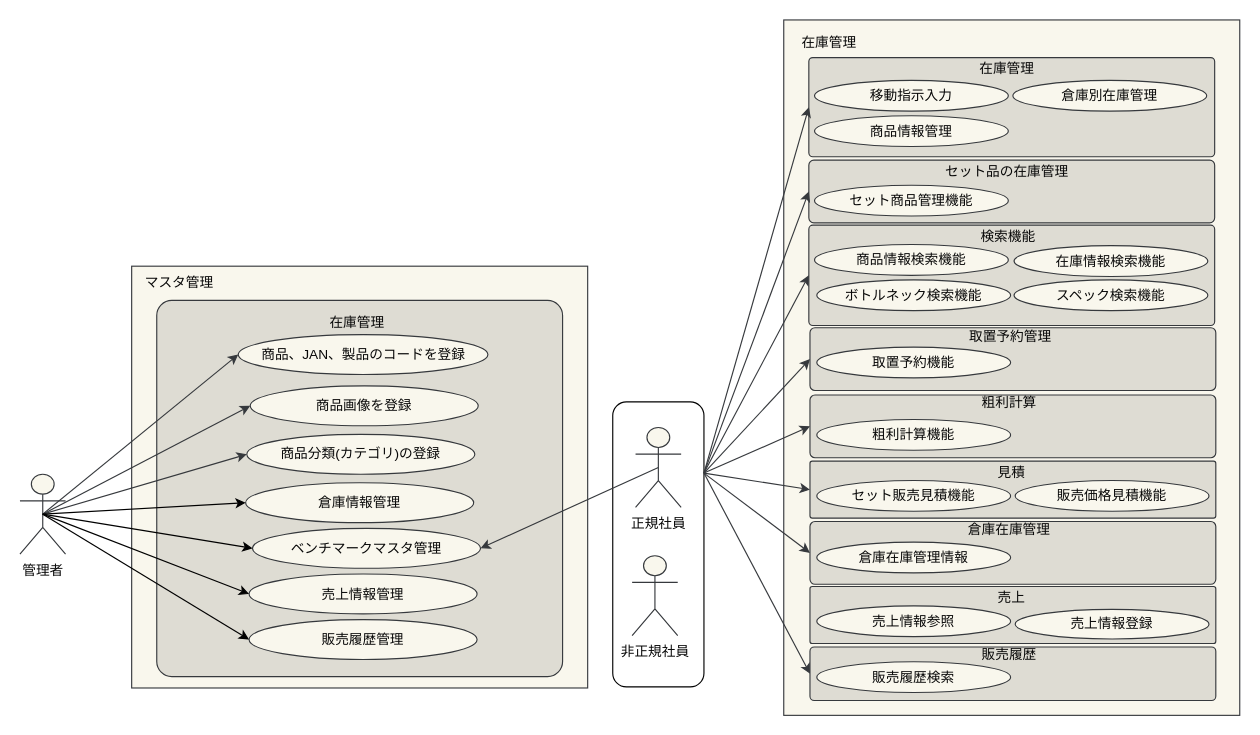
The draw.io diagram page "在庫管理_ユースケース図" (2 of 3) of 各種設計書/2ユースケース図_済/ユースケース図.drawio in HaruShim/Sotuken, before the edit. Source tidied: cells renumbered, new cells numbered last; positions are measured from the earlier drawing's top-left corner, leaving out a move shared by most shapes. Both pictures are drawn from the tidied source at 114%, with x=0, y=0 at pixel (19, 19).
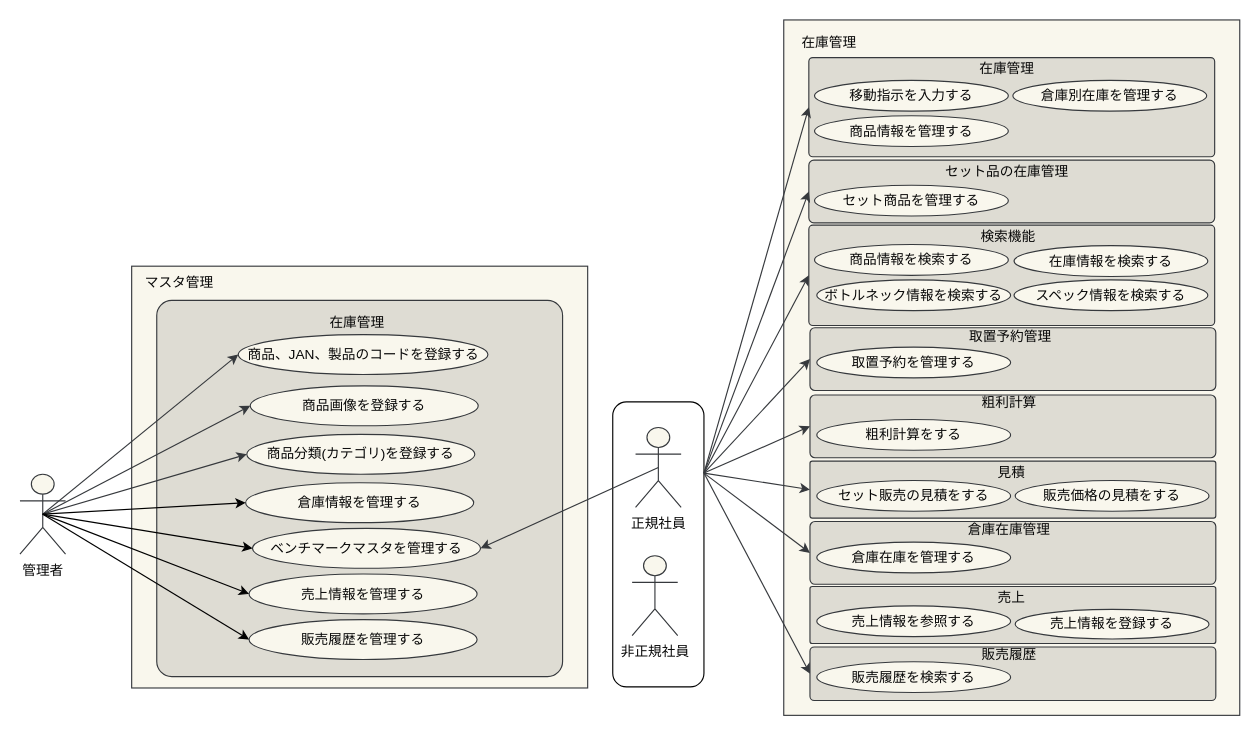
Above is the later version.

Change to the diagram source:
```diff
@@
-    <mxCell id="17" value="移動指示入力" style="ellipse;whiteSpace=wrap;html=1;strokeColor=#36393d;fillColor=#f9f7ed;fontColor=#080808;" parent="13" vertex="1">
+    <mxCell id="17" value="移動指示を入力する" style="ellipse;whiteSpace=wrap;html=1;strokeColor=#36393d;fillColor=#f9f7ed;fontColor=#080808;" parent="13" vertex="1">
       <mxGeometry x="697" y="53" width="170" height="27" as="geometry" />
     </mxCell>
@@
-    <mxCell id="22" value="商品、JAN、製品のコードを登録" style="ellipse;whiteSpace=wrap;html=1;strokeColor=#36393d;fillColor=#f9f7ed;fontColor=#080808;" parent="13" vertex="1">
+    <mxCell id="22" value="商品、JAN、製品のコードを登録する" style="ellipse;whiteSpace=wrap;html=1;strokeColor=#36393d;fillColor=#f9f7ed;fontColor=#080808;" parent="13" vertex="1">
       <mxGeometry x="191.5" y="276" width="219" height="35" as="geometry" />
     </mxCell>
-    <mxCell id="23" value="商品画像を登録" style="ellipse;whiteSpace=wrap;html=1;strokeColor=#36393d;fillColor=#f9f7ed;fontColor=#080808;" parent="13" vertex="1">
+    <mxCell id="23" value="商品画像を登録する" style="ellipse;whiteSpace=wrap;html=1;strokeColor=#36393d;fillColor=#f9f7ed;fontColor=#080808;" parent="13" vertex="1">
       <mxGeometry x="202" y="321" width="200" height="35" as="geometry" />
     </mxCell>
-    <mxCell id="24" value="商品分類(カテゴリ)の登録" style="ellipse;whiteSpace=wrap;html=1;strokeColor=#36393d;fillColor=#f9f7ed;fontColor=#080808;" parent="13" vertex="1">
+    <mxCell id="24" value="商品分類(カテゴリ)を登録する" style="ellipse;whiteSpace=wrap;html=1;strokeColor=#36393d;fillColor=#f9f7ed;fontColor=#080808;" parent="13" vertex="1">
       <mxGeometry x="199" y="363.5" width="200" height="35" as="geometry" />
     </mxCell>
@@
-    <mxCell id="31" value="倉庫情報管理" style="ellipse;whiteSpace=wrap;html=1;strokeColor=#36393d;fillColor=#f9f7ed;fontColor=#080808;" parent="13" vertex="1">
+    <mxCell id="31" value="倉庫情報を管理する" style="ellipse;whiteSpace=wrap;html=1;strokeColor=#36393d;fillColor=#f9f7ed;fontColor=#080808;" parent="13" vertex="1">
       <mxGeometry x="198" y="406" width="200" height="35" as="geometry" />
     </mxCell>
-    <mxCell id="32" value="ベンチマークマスタ管理" style="ellipse;whiteSpace=wrap;html=1;strokeColor=#36393d;fillColor=#f9f7ed;fontColor=#080808;" parent="13" vertex="1">
+    <mxCell id="32" value="ベンチマークマスタを管理する" style="ellipse;whiteSpace=wrap;html=1;strokeColor=#36393d;fillColor=#f9f7ed;fontColor=#080808;" parent="13" vertex="1">
       <mxGeometry x="204" y="446" width="200" height="35" as="geometry" />
     </mxCell>
-    <mxCell id="33" value="売上情報管理" style="ellipse;whiteSpace=wrap;html=1;strokeColor=#36393d;fillColor=#f9f7ed;fontColor=#080808;" parent="13" vertex="1">
+    <mxCell id="33" value="売上情報を管理する" style="ellipse;whiteSpace=wrap;html=1;strokeColor=#36393d;fillColor=#f9f7ed;fontColor=#080808;" parent="13" vertex="1">
       <mxGeometry x="201" y="486" width="200" height="35" as="geometry" />
     </mxCell>
-    <mxCell id="34" value="販売履歴管理" style="ellipse;whiteSpace=wrap;html=1;strokeColor=#36393d;fillColor=#f9f7ed;fontColor=#080808;" parent="13" vertex="1">
+    <mxCell id="34" value="販売履歴を管理する" style="ellipse;whiteSpace=wrap;html=1;strokeColor=#36393d;fillColor=#f9f7ed;fontColor=#080808;" parent="13" vertex="1">
       <mxGeometry x="201" y="526" width="200" height="35" as="geometry" />
     </mxCell>
-    <mxCell id="35" value="倉庫別在庫管理" style="ellipse;whiteSpace=wrap;html=1;strokeColor=#36393d;fillColor=#f9f7ed;fontColor=#080808;" parent="13" vertex="1">
+    <mxCell id="35" value="倉庫別在庫を管理する" style="ellipse;whiteSpace=wrap;html=1;strokeColor=#36393d;fillColor=#f9f7ed;fontColor=#080808;" parent="13" vertex="1">
       <mxGeometry x="871" y="53" width="170" height="27" as="geometry" />
     </mxCell>
-    <mxCell id="36" value="商品情報管理" style="ellipse;whiteSpace=wrap;html=1;strokeColor=#36393d;fillColor=#f9f7ed;fontColor=#080808;" parent="13" vertex="1">
+    <mxCell id="36" value="商品情報を管理する" style="ellipse;whiteSpace=wrap;html=1;strokeColor=#36393d;fillColor=#f9f7ed;fontColor=#080808;" parent="13" vertex="1">
       <mxGeometry x="697" y="84" width="170" height="27" as="geometry" />
     </mxCell>
-    <mxCell id="37" value="セット商品管理機能" style="ellipse;whiteSpace=wrap;html=1;strokeColor=#36393d;fillColor=#f9f7ed;fontColor=#080808;" parent="13" vertex="1">
+    <mxCell id="37" value="セット商品を管理する" style="ellipse;whiteSpace=wrap;html=1;strokeColor=#36393d;fillColor=#f9f7ed;fontColor=#080808;" parent="13" vertex="1">
       <mxGeometry x="697" y="145" width="170" height="27" as="geometry" />
     </mxCell>
-    <mxCell id="38" value="商品情報検索機能" style="ellipse;whiteSpace=wrap;html=1;strokeColor=#36393d;fillColor=#f9f7ed;fontColor=#080808;" parent="13" vertex="1">
+    <mxCell id="38" value="商品情報を検索する" style="ellipse;whiteSpace=wrap;html=1;strokeColor=#36393d;fillColor=#f9f7ed;fontColor=#080808;" parent="13" vertex="1">
       <mxGeometry x="697" y="197" width="170" height="27" as="geometry" />
     </mxCell>
-    <mxCell id="39" value="在庫情報検索機能" style="ellipse;whiteSpace=wrap;html=1;strokeColor=#36393d;fillColor=#f9f7ed;fontColor=#080808;" parent="13" vertex="1">
+    <mxCell id="39" value="在庫情報を検索する" style="ellipse;whiteSpace=wrap;html=1;strokeColor=#36393d;fillColor=#f9f7ed;fontColor=#080808;" parent="13" vertex="1">
       <mxGeometry x="872" y="198" width="170" height="27" as="geometry" />
     </mxCell>
-    <mxCell id="40" value="ボトルネック検索機能" style="ellipse;whiteSpace=wrap;html=1;strokeColor=#36393d;fillColor=#f9f7ed;fontColor=#080808;" parent="13" vertex="1">
+    <mxCell id="40" value="ボトルネック情報を検索する" style="ellipse;whiteSpace=wrap;html=1;strokeColor=#36393d;fillColor=#f9f7ed;fontColor=#080808;" parent="13" vertex="1">
       <mxGeometry x="699" y="228" width="170" height="27" as="geometry" />
     </mxCell>
-    <mxCell id="41" value="スペック検索機能" style="ellipse;whiteSpace=wrap;html=1;strokeColor=#36393d;fillColor=#f9f7ed;fontColor=#080808;" parent="13" vertex="1">
+    <mxCell id="41" value="スペック情報を検索する" style="ellipse;whiteSpace=wrap;html=1;strokeColor=#36393d;fillColor=#f9f7ed;fontColor=#080808;" parent="13" vertex="1">
       <mxGeometry x="872" y="228" width="170" height="27" as="geometry" />
     </mxCell>
@@
-    <mxCell id="43" value="取置予約機能" style="ellipse;whiteSpace=wrap;html=1;strokeColor=#36393d;fillColor=#f9f7ed;fontColor=#080808;" parent="13" vertex="1">
+    <mxCell id="43" value="取置予約を管理する" style="ellipse;whiteSpace=wrap;html=1;strokeColor=#36393d;fillColor=#f9f7ed;fontColor=#080808;" parent="13" vertex="1">
       <mxGeometry x="699" y="287" width="170" height="27" as="geometry" />
     </mxCell>
@@
-    <mxCell id="45" value="粗利計算機能" style="ellipse;whiteSpace=wrap;html=1;strokeColor=#36393d;fillColor=#f9f7ed;fontColor=#080808;" parent="13" vertex="1">
+    <mxCell id="45" value="粗利計算をする" style="ellipse;whiteSpace=wrap;html=1;strokeColor=#36393d;fillColor=#f9f7ed;fontColor=#080808;" parent="13" vertex="1">
       <mxGeometry x="699" y="350.5" width="170" height="27" as="geometry" />
     </mxCell>
-    <mxCell id="46" value="セット販売見積機能" style="ellipse;whiteSpace=wrap;html=1;strokeColor=#36393d;fillColor=#f9f7ed;fontColor=#080808;" parent="13" vertex="1">
+    <mxCell id="46" value="セット販売の見積をする" style="ellipse;whiteSpace=wrap;html=1;strokeColor=#36393d;fillColor=#f9f7ed;fontColor=#080808;" parent="13" vertex="1">
       <mxGeometry x="699" y="404" width="170" height="27" as="geometry" />
     </mxCell>
@@
-    <mxCell id="48" value="販売価格見積機能" style="ellipse;whiteSpace=wrap;html=1;strokeColor=#36393d;fillColor=#f9f7ed;fontColor=#080808;" parent="13" vertex="1">
+    <mxCell id="48" value="販売価格の見積をする" style="ellipse;whiteSpace=wrap;html=1;strokeColor=#36393d;fillColor=#f9f7ed;fontColor=#080808;" parent="13" vertex="1">
       <mxGeometry x="873" y="404" width="170" height="27" as="geometry" />
     </mxCell>
@@
-    <mxCell id="50" value="倉庫在庫管理情報" style="ellipse;whiteSpace=wrap;html=1;strokeColor=#36393d;fillColor=#f9f7ed;fontColor=#080808;" parent="13" vertex="1">
+    <mxCell id="50" value="倉庫在庫を管理する" style="ellipse;whiteSpace=wrap;html=1;strokeColor=#36393d;fillColor=#f9f7ed;fontColor=#080808;" parent="13" vertex="1">
       <mxGeometry x="699" y="458" width="170" height="27" as="geometry" />
     </mxCell>
-    <mxCell id="51" value="売上情報参照" style="ellipse;whiteSpace=wrap;html=1;strokeColor=#36393d;fillColor=#f9f7ed;fontColor=#080808;" parent="13" vertex="1">
+    <mxCell id="51" value="売上情報を参照する" style="ellipse;whiteSpace=wrap;html=1;strokeColor=#36393d;fillColor=#f9f7ed;fontColor=#080808;" parent="13" vertex="1">
       <mxGeometry x="699" y="514" width="170" height="27" as="geometry" />
     </mxCell>
@@
-    <mxCell id="53" value="売上情報登録" style="ellipse;whiteSpace=wrap;html=1;strokeColor=#36393d;fillColor=#f9f7ed;fontColor=#080808;" parent="13" vertex="1">
+    <mxCell id="53" value="売上情報を登録する" style="ellipse;whiteSpace=wrap;html=1;strokeColor=#36393d;fillColor=#f9f7ed;fontColor=#080808;" parent="13" vertex="1">
       <mxGeometry x="873" y="517" width="170" height="26" as="geometry" />
     </mxCell>
@@
-    <mxCell id="55" value="販売履歴検索" style="ellipse;whiteSpace=wrap;html=1;strokeColor=#36393d;fillColor=#f9f7ed;fontColor=#080808;" parent="13" vertex="1">
+    <mxCell id="55" value="販売履歴を検索する" style="ellipse;whiteSpace=wrap;html=1;strokeColor=#36393d;fillColor=#f9f7ed;fontColor=#080808;" parent="13" vertex="1">
       <mxGeometry x="699" y="563" width="170" height="27" as="geometry" />
     </mxCell>
```
